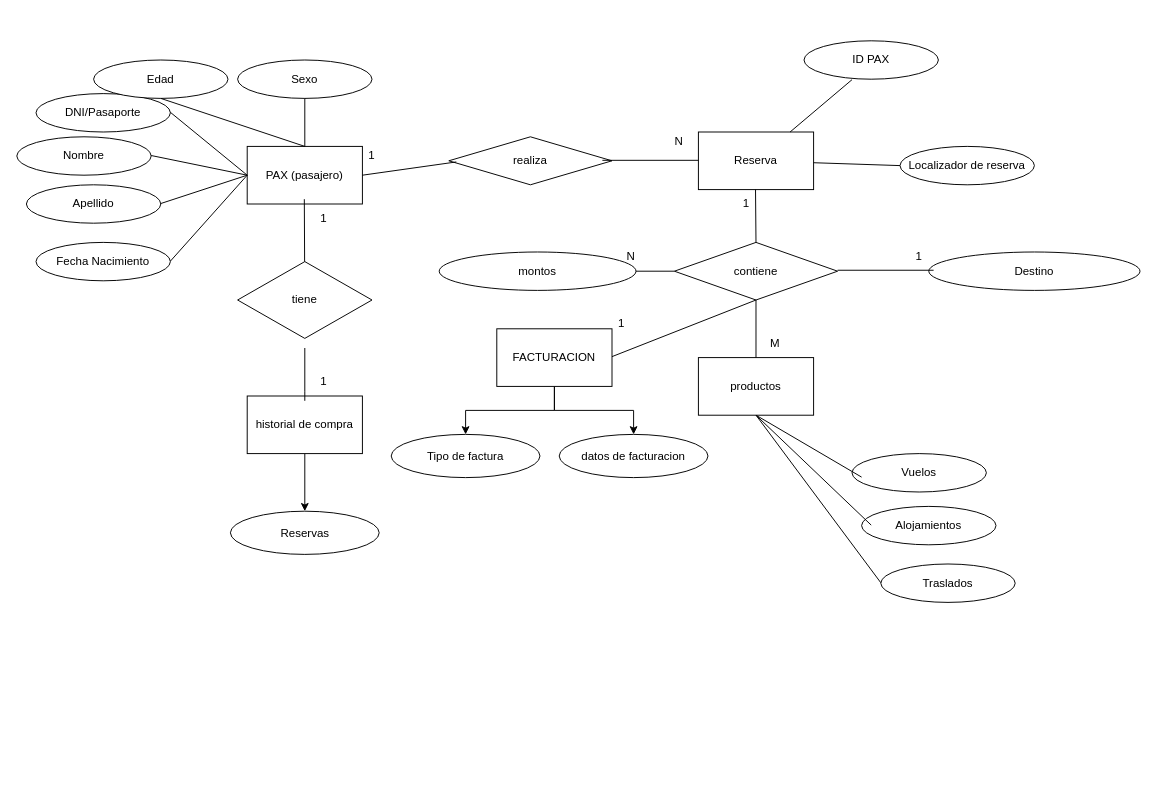
Earlier version of the draw.io diagram diagramaRelacion.drawio (ElOtroNach0/SQL_Coder). Source tidied: cells renumbered, new cells numbered last; positions are measured from the earlier drawing's top-left corner, leaving out a move shared by most shapes. Both pictures are drawn from the tidied source at 96%, with x=0, y=0 at pixel (16, 40).
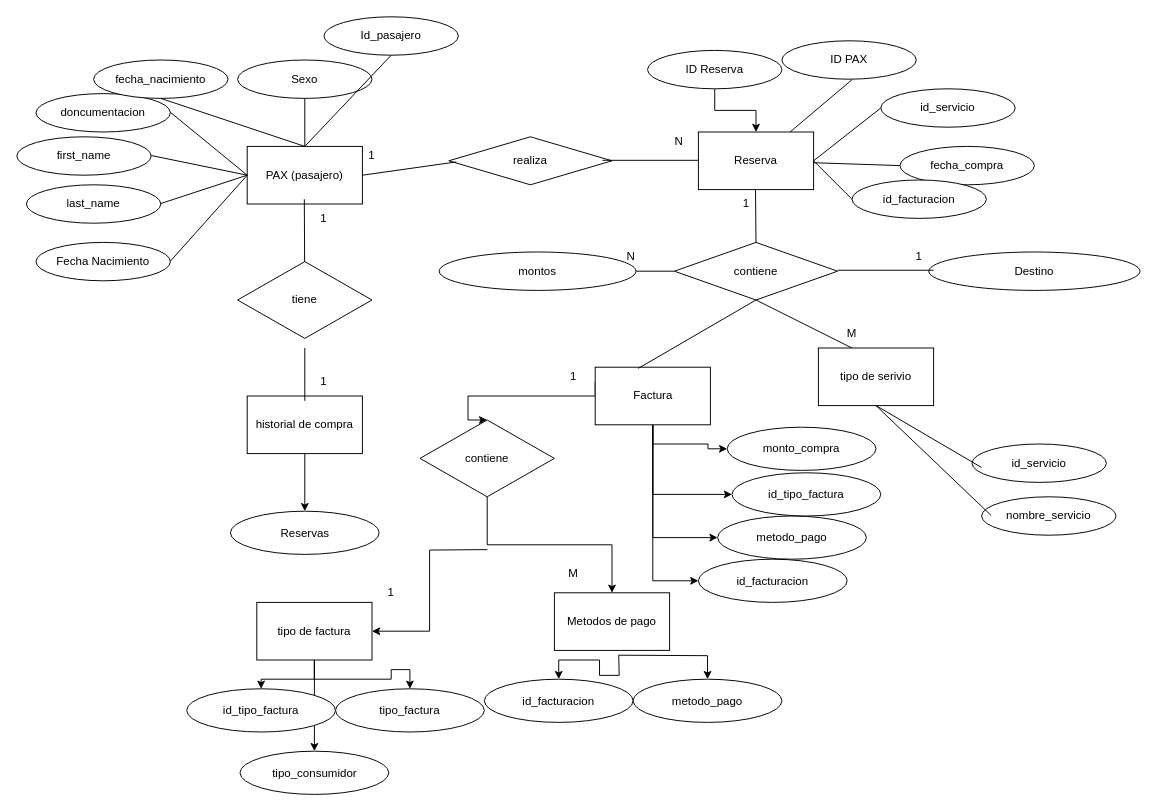
After the change.

Unchanged cells that the change refers to:
```xml
<mxCell id="2" value="PAX (pasajero)" style="rounded=0;whiteSpace=wrap;html=1;" parent="1" vertex="1">
  <mxGeometry x="240" y="110" width="120" height="60" as="geometry" />
</mxCell>
<mxCell id="3" value="Reserva" style="rounded=0;whiteSpace=wrap;html=1;" parent="1" vertex="1">
  <mxGeometry x="710" y="95" width="120" height="60" as="geometry" />
</mxCell>
<mxCell id="7" value="contiene" style="rhombus;whiteSpace=wrap;html=1;rounded=0;" parent="1" vertex="1">
  <mxGeometry x="685" y="210" width="170" height="60" as="geometry" />
</mxCell>
```

Diff of the diagram source:
```diff
@@
-    <mxCell id="8" value="productos" style="whiteSpace=wrap;html=1;rounded=0;" parent="1" vertex="1">
-      <mxGeometry x="710" y="330" width="120" height="60" as="geometry" />
+    <mxCell id="8" value="tipo de serivio" style="whiteSpace=wrap;html=1;rounded=0;" parent="1" vertex="1">
+      <mxGeometry x="835" y="320" width="120" height="60" as="geometry" />
     </mxCell>
-    <mxCell id="9" value="Vuelos" style="ellipse;whiteSpace=wrap;html=1;rounded=0;" parent="1" vertex="1">
-      <mxGeometry x="870" y="430" width="140" height="40" as="geometry" />
+    <mxCell id="9" value="id_servicio" style="ellipse;whiteSpace=wrap;html=1;rounded=0;" parent="1" vertex="1">
+      <mxGeometry x="995" y="420" width="140" height="40" as="geometry" />
     </mxCell>
-    <mxCell id="10" value="Alojamientos" style="ellipse;whiteSpace=wrap;html=1;rounded=0;" parent="1" vertex="1">
-      <mxGeometry x="880" y="485" width="140" height="40" as="geometry" />
+    <mxCell id="10" value="nombre_servicio" style="ellipse;whiteSpace=wrap;html=1;rounded=0;" parent="1" vertex="1">
+      <mxGeometry x="1005" y="475" width="140" height="40" as="geometry" />
     </mxCell>
-    <mxCell id="11" value="Traslados" style="ellipse;whiteSpace=wrap;html=1;rounded=0;" parent="1" vertex="1">
-      <mxGeometry x="900" y="545" width="140" height="40" as="geometry" />
-    </mxCell>
     <mxCell id="12" style="endArrow=none;html=1;rounded=0;" parent="1" edge="1">
       <mxGeometry relative="1" as="geometry">
-        <mxPoint x="880" y="454.5" as="sourcePoint" />
-        <mxPoint x="770" y="390" as="targetPoint" />
+        <mxPoint x="1005" y="444.5" as="sourcePoint" />
+        <mxPoint x="895" y="380" as="targetPoint" />
       </mxGeometry>
     </mxCell>
     <mxCell id="13" style="endArrow=none;html=1;rounded=0;entryX=0.5;entryY=1;entryDx=0;entryDy=0;" parent="1" edge="1" target="8">
       <mxGeometry relative="1" as="geometry">
-        <mxPoint x="890" y="504.5" as="sourcePoint" />
+        <mxPoint x="1015" y="494.5" as="sourcePoint" />
       </mxGeometry>
     </mxCell>
-    <mxCell id="14" style="endArrow=none;html=1;rounded=0;" parent="1" edge="1">
-      <mxGeometry relative="1" as="geometry">
-        <mxPoint x="900" y="564.5" as="sourcePoint" />
-        <mxPoint x="770" y="390" as="targetPoint" />
-      </mxGeometry>
-    </mxCell>
-    <mxCell id="15" value="Nombre" style="ellipse;whiteSpace=wrap;html=1;rounded=0;" parent="1" vertex="1">
+    <mxCell id="15" value="first_name" style="ellipse;whiteSpace=wrap;html=1;rounded=0;" parent="1" vertex="1">
       <mxGeometry y="100" width="140" height="40" as="geometry" />
     </mxCell>
-    <mxCell id="16" value="Apellido" style="ellipse;whiteSpace=wrap;html=1;rounded=0;" parent="1" vertex="1">
+    <mxCell id="16" value="last_name" style="ellipse;whiteSpace=wrap;html=1;rounded=0;" parent="1" vertex="1">
       <mxGeometry x="10" y="150" width="140" height="40" as="geometry" />
     </mxCell>
@@
-    <mxCell id="21" value="DNI/Pasaporte" style="ellipse;whiteSpace=wrap;html=1;rounded=0;" parent="1" vertex="1">
+    <mxCell id="21" value="doncumentacion" style="ellipse;whiteSpace=wrap;html=1;rounded=0;" parent="1" vertex="1">
       <mxGeometry x="20" y="55" width="140" height="40" as="geometry" />
     </mxCell>
@@
-    <mxCell id="23" value="Edad" style="ellipse;whiteSpace=wrap;html=1;rounded=0;" parent="1" vertex="1">
+    <mxCell id="23" value="fecha_nacimiento" style="ellipse;whiteSpace=wrap;html=1;rounded=0;" parent="1" vertex="1">
       <mxGeometry x="80" y="20" width="140" height="40" as="geometry" />
     </mxCell>
@@
-    <mxCell id="32" style="endArrow=none;html=1;rounded=0;entryX=0.5;entryY=0;entryDx=0;entryDy=0;exitX=0.5;exitY=1;exitDx=0;exitDy=0;" parent="1" edge="1" source="7">
-      <mxGeometry relative="1" as="geometry">
-        <mxPoint x="770" y="330" as="targetPoint" />
-      </mxGeometry>
+    <mxCell id="32" style="endArrow=none;html=1;rounded=0;entryX=0.5;entryY=1;entryDx=0;entryDy=0;exitX=0.5;exitY=1;exitDx=0;exitDy=0;" parent="1" edge="1" source="7" target="36">
+      <mxGeometry relative="1" as="geometry" />
     </mxCell>
@@
     <mxCell id="36" value="M" style="text;html=1;strokeColor=none;fillColor=none;align=center;verticalAlign=middle;whiteSpace=wrap;rounded=0;" parent="1" vertex="1">
-      <mxGeometry x="760" y="300" width="60" height="30" as="geometry" />
+      <mxGeometry x="840" y="290" width="60" height="30" as="geometry" />
     </mxCell>
@@
     <mxCell id="46" value="ID PAX" style="ellipse;whiteSpace=wrap;html=1;rounded=0;" parent="1" vertex="1">
-      <mxGeometry x="820" width="140" height="40" as="geometry" />
+      <mxGeometry x="797" width="140" height="40" as="geometry" />
     </mxCell>
@@
-    <mxCell id="49" value="Localizador de reserva" style="ellipse;whiteSpace=wrap;html=1;rounded=0;" parent="1" vertex="1">
+    <mxCell id="49" value="fecha_compra" style="ellipse;whiteSpace=wrap;html=1;rounded=0;" parent="1" vertex="1">
       <mxGeometry x="920" y="110" width="140" height="40" as="geometry" />
     </mxCell>
@@
-    <mxCell id="51" style="edgeStyle=orthogonalEdgeStyle;rounded=0;jettySize=auto;html=1;" parent="1" edge="1" source="53" target="55">
+    <mxCell id="51" style="edgeStyle=orthogonalEdgeStyle;rounded=0;jettySize=auto;html=1;entryX=0;entryY=0.5;entryDx=0;entryDy=0;" parent="1" edge="1" source="53" target="55">
       <mxGeometry relative="1" as="geometry" />
     </mxCell>
-    <mxCell id="52" style="edgeStyle=orthogonalEdgeStyle;rounded=0;jettySize=auto;html=1;" parent="1" edge="1" source="53" target="56">
-      <mxGeometry relative="1" as="geometry" />
+    <mxCell id="52" style="edgeStyle=orthogonalEdgeStyle;rounded=0;jettySize=auto;html=1;entryX=0;entryY=0.5;entryDx=0;entryDy=0;" parent="1" edge="1" source="53" target="56">
+      <mxGeometry relative="1" as="geometry">
+        <Array as="points">
+          <mxPoint x="663" y="420" />
+          <mxPoint x="720" y="420" />
+          <mxPoint x="720" y="425" />
+        </Array>
+      </mxGeometry>
     </mxCell>
+    <mxCell id="58" style="edgeStyle=orthogonalEdgeStyle;rounded=0;jettySize=auto;html=1;exitX=0.5;exitY=1;exitDx=0;exitDy=0;entryX=0;entryY=0.5;entryDx=0;entryDy=0;" parent="1" edge="1" source="53" target="69">
+      <mxGeometry relative="1" as="geometry" />
+    </mxCell>
+    <mxCell id="59" style="edgeStyle=orthogonalEdgeStyle;rounded=0;jettySize=auto;html=1;exitX=0.5;exitY=1;exitDx=0;exitDy=0;entryX=0;entryY=0.5;entryDx=0;entryDy=0;" parent="1" edge="1" source="53" target="70">
+      <mxGeometry relative="1" as="geometry" />
+    </mxCell>
+    <mxCell id="60" style="edgeStyle=orthogonalEdgeStyle;rounded=0;jettySize=auto;html=1;exitX=0;exitY=0.25;exitDx=0;exitDy=0;entryX=0.5;entryY=0;entryDx=0;entryDy=0;" parent="1" edge="1" source="53" target="73">
+      <mxGeometry relative="1" as="geometry">
+        <Array as="points">
+          <mxPoint x="603" y="370" />
+          <mxPoint x="470" y="370" />
+          <mxPoint x="470" y="395" />
+        </Array>
+      </mxGeometry>
+    </mxCell>
-    <mxCell id="53" value="FACTURACION" style="rounded=0;whiteSpace=wrap;html=1;" parent="1" vertex="1">
-      <mxGeometry x="500" y="300" width="120" height="60" as="geometry" />
+    <mxCell id="53" value="Factura" style="rounded=0;whiteSpace=wrap;html=1;" parent="1" vertex="1">
+      <mxGeometry x="602.5" y="340" width="120" height="60" as="geometry" />
     </mxCell>
-    <mxCell id="54" style="endArrow=none;html=1;rounded=0;entryX=0.5;entryY=1;entryDx=0;entryDy=0;" parent="1" edge="1" target="7">
-      <mxGeometry relative="1" as="geometry">
-        <mxPoint x="620" y="329" as="sourcePoint" />
-      </mxGeometry>
+    <mxCell id="54" style="endArrow=none;html=1;rounded=0;entryX=0.5;entryY=1;entryDx=0;entryDy=0;exitX=0.374;exitY=0.02;exitDx=0;exitDy=0;exitPerimeter=0;" parent="1" edge="1" source="53" target="7">
+      <mxGeometry relative="1" as="geometry" />
     </mxCell>
-    <mxCell id="55" value="Tipo de factura" style="ellipse;whiteSpace=wrap;html=1;rounded=0;" parent="1" vertex="1">
-      <mxGeometry x="390" y="410" width="155" height="45" as="geometry" />
+    <mxCell id="55" value="id_facturacion" style="ellipse;whiteSpace=wrap;html=1;rounded=0;" parent="1" vertex="1">
+      <mxGeometry x="710" y="540" width="155" height="45" as="geometry" />
     </mxCell>
-    <mxCell id="56" value="datos de facturacion" style="ellipse;whiteSpace=wrap;html=1;rounded=0;" parent="1" vertex="1">
-      <mxGeometry x="565" y="410" width="155" height="45" as="geometry" />
+    <mxCell id="56" value="monto_compra" style="ellipse;whiteSpace=wrap;html=1;rounded=0;" parent="1" vertex="1">
+      <mxGeometry x="740" y="402.5" width="155" height="45" as="geometry" />
     </mxCell>
     <mxCell id="57" value="1" style="text;html=1;strokeColor=none;fillColor=none;align=center;verticalAlign=middle;whiteSpace=wrap;rounded=0;" parent="1" vertex="1">
-      <mxGeometry x="600" y="280" width="60" height="30" as="geometry" />
+      <mxGeometry x="550" y="335" width="60" height="30" as="geometry" />
     </mxCell>
+    <mxCell id="61" value="Id_pasajero" style="ellipse;whiteSpace=wrap;html=1;rounded=0;" parent="1" vertex="1">
+      <mxGeometry x="320" y="-25" width="140" height="40" as="geometry" />
+    </mxCell>
+    <mxCell id="62" style="endArrow=none;html=1;rounded=0;entryX=0.5;entryY=0;entryDx=0;entryDy=0;exitX=0.5;exitY=1;exitDx=0;exitDy=0;" parent="1" edge="1" source="61" target="2">
+      <mxGeometry relative="1" as="geometry" />
+    </mxCell>
+    <mxCell id="63" style="edgeStyle=orthogonalEdgeStyle;rounded=0;jettySize=auto;html=1;entryX=0.5;entryY=0;entryDx=0;entryDy=0;" parent="1" edge="1" source="64" target="3">
+      <mxGeometry relative="1" as="geometry" />
+    </mxCell>
+    <mxCell id="64" value="ID Reserva" style="ellipse;whiteSpace=wrap;html=1;rounded=0;" parent="1" vertex="1">
+      <mxGeometry x="657" y="10" width="140" height="40" as="geometry" />
+    </mxCell>
+    <mxCell id="65" value="id_servicio" style="ellipse;whiteSpace=wrap;html=1;rounded=0;" parent="1" vertex="1">
+      <mxGeometry x="900" y="50" width="140" height="40" as="geometry" />
+    </mxCell>
+    <mxCell id="66" style="endArrow=none;html=1;rounded=0;exitX=1;exitY=0.5;exitDx=0;exitDy=0;entryX=0;entryY=0.5;entryDx=0;entryDy=0;" parent="1" edge="1" source="3" target="65">
+      <mxGeometry relative="1" as="geometry" />
+    </mxCell>
+    <mxCell id="67" value="id_facturacion" style="ellipse;whiteSpace=wrap;html=1;rounded=0;" parent="1" vertex="1">
+      <mxGeometry x="870" y="145" width="140" height="40" as="geometry" />
+    </mxCell>
+    <mxCell id="68" style="endArrow=none;html=1;rounded=0;exitX=1;exitY=0.5;exitDx=0;exitDy=0;entryX=0;entryY=0.5;entryDx=0;entryDy=0;" parent="1" edge="1" source="3" target="67">
+      <mxGeometry relative="1" as="geometry" />
+    </mxCell>
+    <mxCell id="69" value="metodo_pago" style="ellipse;whiteSpace=wrap;html=1;rounded=0;" parent="1" vertex="1">
+      <mxGeometry x="730" y="495" width="155" height="45" as="geometry" />
+    </mxCell>
+    <mxCell id="70" value="id_tipo_factura" style="ellipse;whiteSpace=wrap;html=1;rounded=0;" parent="1" vertex="1">
+      <mxGeometry x="745" y="450" width="155" height="45" as="geometry" />
+    </mxCell>
+    <mxCell id="71" style="edgeStyle=orthogonalEdgeStyle;rounded=0;jettySize=auto;html=1;" parent="1" edge="1" source="73" target="76">
+      <mxGeometry relative="1" as="geometry" />
+    </mxCell>
+    <mxCell id="72" style="edgeStyle=orthogonalEdgeStyle;rounded=0;jettySize=auto;html=1;entryX=1;entryY=0.5;entryDx=0;entryDy=0;" parent="1" edge="1" target="82">
+      <mxGeometry relative="1" as="geometry">
+        <mxPoint x="490" y="530" as="sourcePoint" />
+      </mxGeometry>
+    </mxCell>
+    <mxCell id="73" value="contiene&lt;br&gt;" style="rhombus;whiteSpace=wrap;html=1;rounded=0;" parent="1" vertex="1">
+      <mxGeometry x="420" y="395" width="140" height="80" as="geometry" />
+    </mxCell>
+    <mxCell id="74" style="edgeStyle=orthogonalEdgeStyle;rounded=0;jettySize=auto;html=1;entryX=0.5;entryY=0;entryDx=0;entryDy=0;" parent="1" edge="1" target="77">
+      <mxGeometry relative="1" as="geometry">
+        <mxPoint x="627" y="640" as="sourcePoint" />
+      </mxGeometry>
+    </mxCell>
+    <mxCell id="75" style="edgeStyle=orthogonalEdgeStyle;rounded=0;jettySize=auto;html=1;entryX=0.5;entryY=0;entryDx=0;entryDy=0;" parent="1" edge="1" target="78">
+      <mxGeometry relative="1" as="geometry">
+        <mxPoint x="627" y="640" as="sourcePoint" />
+      </mxGeometry>
+    </mxCell>
+    <mxCell id="76" value="Metodos de pago" style="rounded=0;whiteSpace=wrap;html=1;" parent="1" vertex="1">
+      <mxGeometry x="560" y="575" width="120" height="60" as="geometry" />
+    </mxCell>
+    <mxCell id="77" value="id_facturacion" style="ellipse;whiteSpace=wrap;html=1;rounded=0;" parent="1" vertex="1">
+      <mxGeometry x="487" y="665" width="155" height="45" as="geometry" />
+    </mxCell>
+    <mxCell id="78" value="metodo_pago" style="ellipse;whiteSpace=wrap;html=1;rounded=0;" parent="1" vertex="1">
+      <mxGeometry x="642" y="665" width="155" height="45" as="geometry" />
+    </mxCell>
+    <mxCell id="79" style="edgeStyle=orthogonalEdgeStyle;rounded=0;jettySize=auto;html=1;entryX=0.5;entryY=0;entryDx=0;entryDy=0;exitX=0.5;exitY=1;exitDx=0;exitDy=0;" parent="1" edge="1" source="82" target="83">
+      <mxGeometry relative="1" as="geometry" />
+    </mxCell>
+    <mxCell id="80" style="edgeStyle=orthogonalEdgeStyle;rounded=0;jettySize=auto;html=1;entryX=0.5;entryY=0;entryDx=0;entryDy=0;exitX=0.5;exitY=1;exitDx=0;exitDy=0;" parent="1" edge="1" source="82" target="84">
+      <mxGeometry relative="1" as="geometry" />
+    </mxCell>
+    <mxCell id="81" style="edgeStyle=orthogonalEdgeStyle;rounded=0;jettySize=auto;html=1;" parent="1" edge="1" source="82">
+      <mxGeometry relative="1" as="geometry">
+        <mxPoint x="310" y="740" as="targetPoint" />
+      </mxGeometry>
+    </mxCell>
+    <mxCell id="82" value="tipo de factura" style="rounded=0;whiteSpace=wrap;html=1;" parent="1" vertex="1">
+      <mxGeometry x="250" y="585" width="120" height="60" as="geometry" />
+    </mxCell>
+    <mxCell id="83" value="id_tipo_factura" style="ellipse;whiteSpace=wrap;html=1;rounded=0;" parent="1" vertex="1">
+      <mxGeometry x="177" y="675" width="155" height="45" as="geometry" />
+    </mxCell>
+    <mxCell id="84" value="tipo_factura" style="ellipse;whiteSpace=wrap;html=1;rounded=0;" parent="1" vertex="1">
+      <mxGeometry x="332" y="675" width="155" height="45" as="geometry" />
+    </mxCell>
+    <mxCell id="85" value="1" style="text;html=1;strokeColor=none;fillColor=none;align=center;verticalAlign=middle;whiteSpace=wrap;rounded=0;" parent="1" vertex="1">
+      <mxGeometry x="360" y="560" width="60" height="30" as="geometry" />
+    </mxCell>
+    <mxCell id="86" value="tipo_consumidor" style="ellipse;whiteSpace=wrap;html=1;rounded=0;" parent="1" vertex="1">
+      <mxGeometry x="232.5" y="740" width="155" height="45" as="geometry" />
+    </mxCell>
+    <mxCell id="87" value="M" style="text;html=1;strokeColor=none;fillColor=none;align=center;verticalAlign=middle;whiteSpace=wrap;rounded=0;" parent="1" vertex="1">
+      <mxGeometry x="550" y="540" width="60" height="30" as="geometry" />
+    </mxCell>
```
